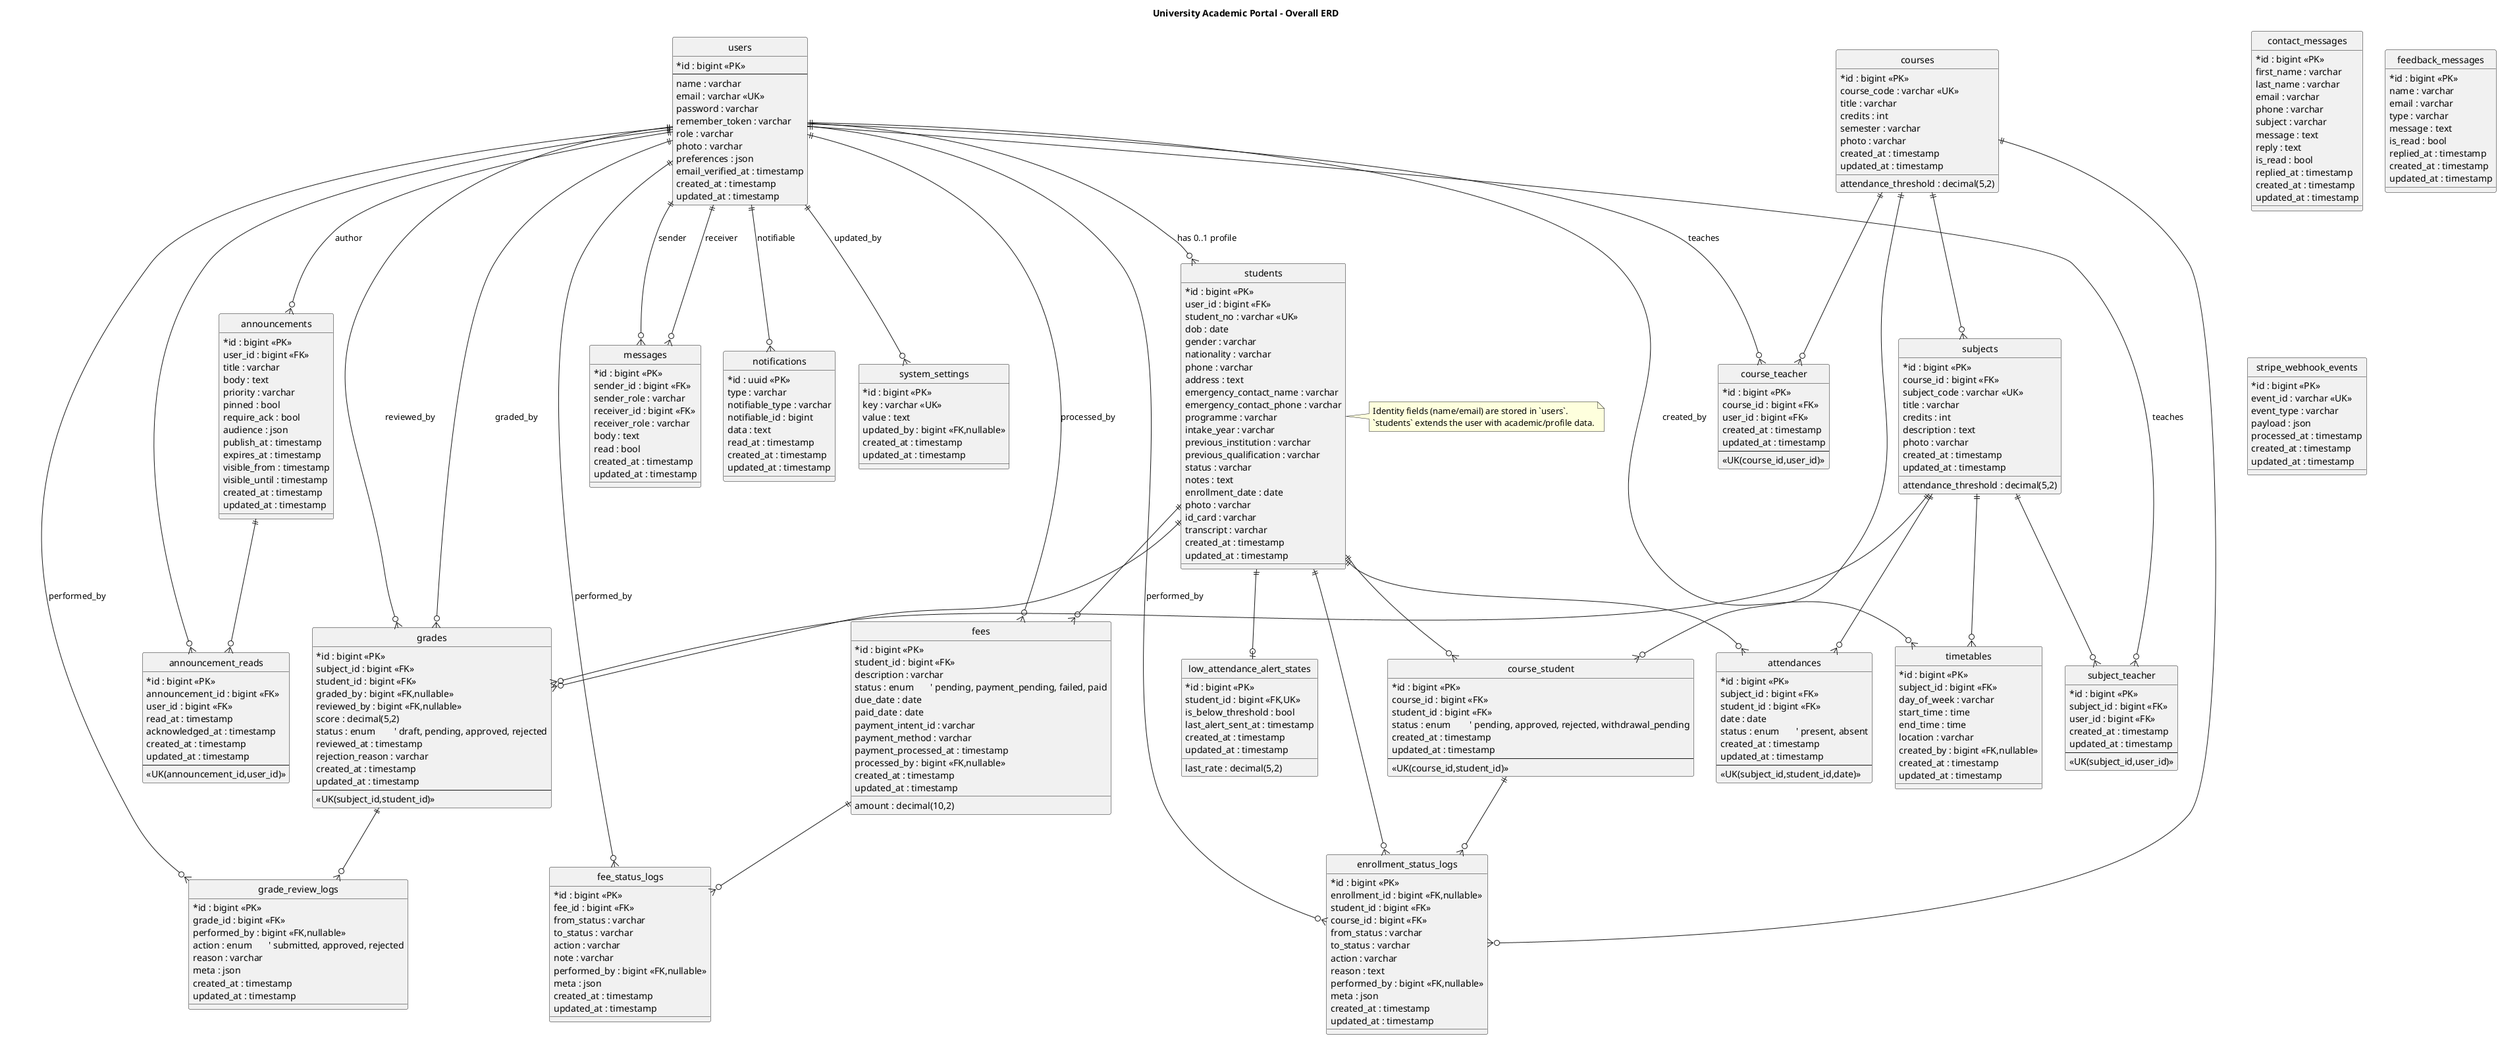
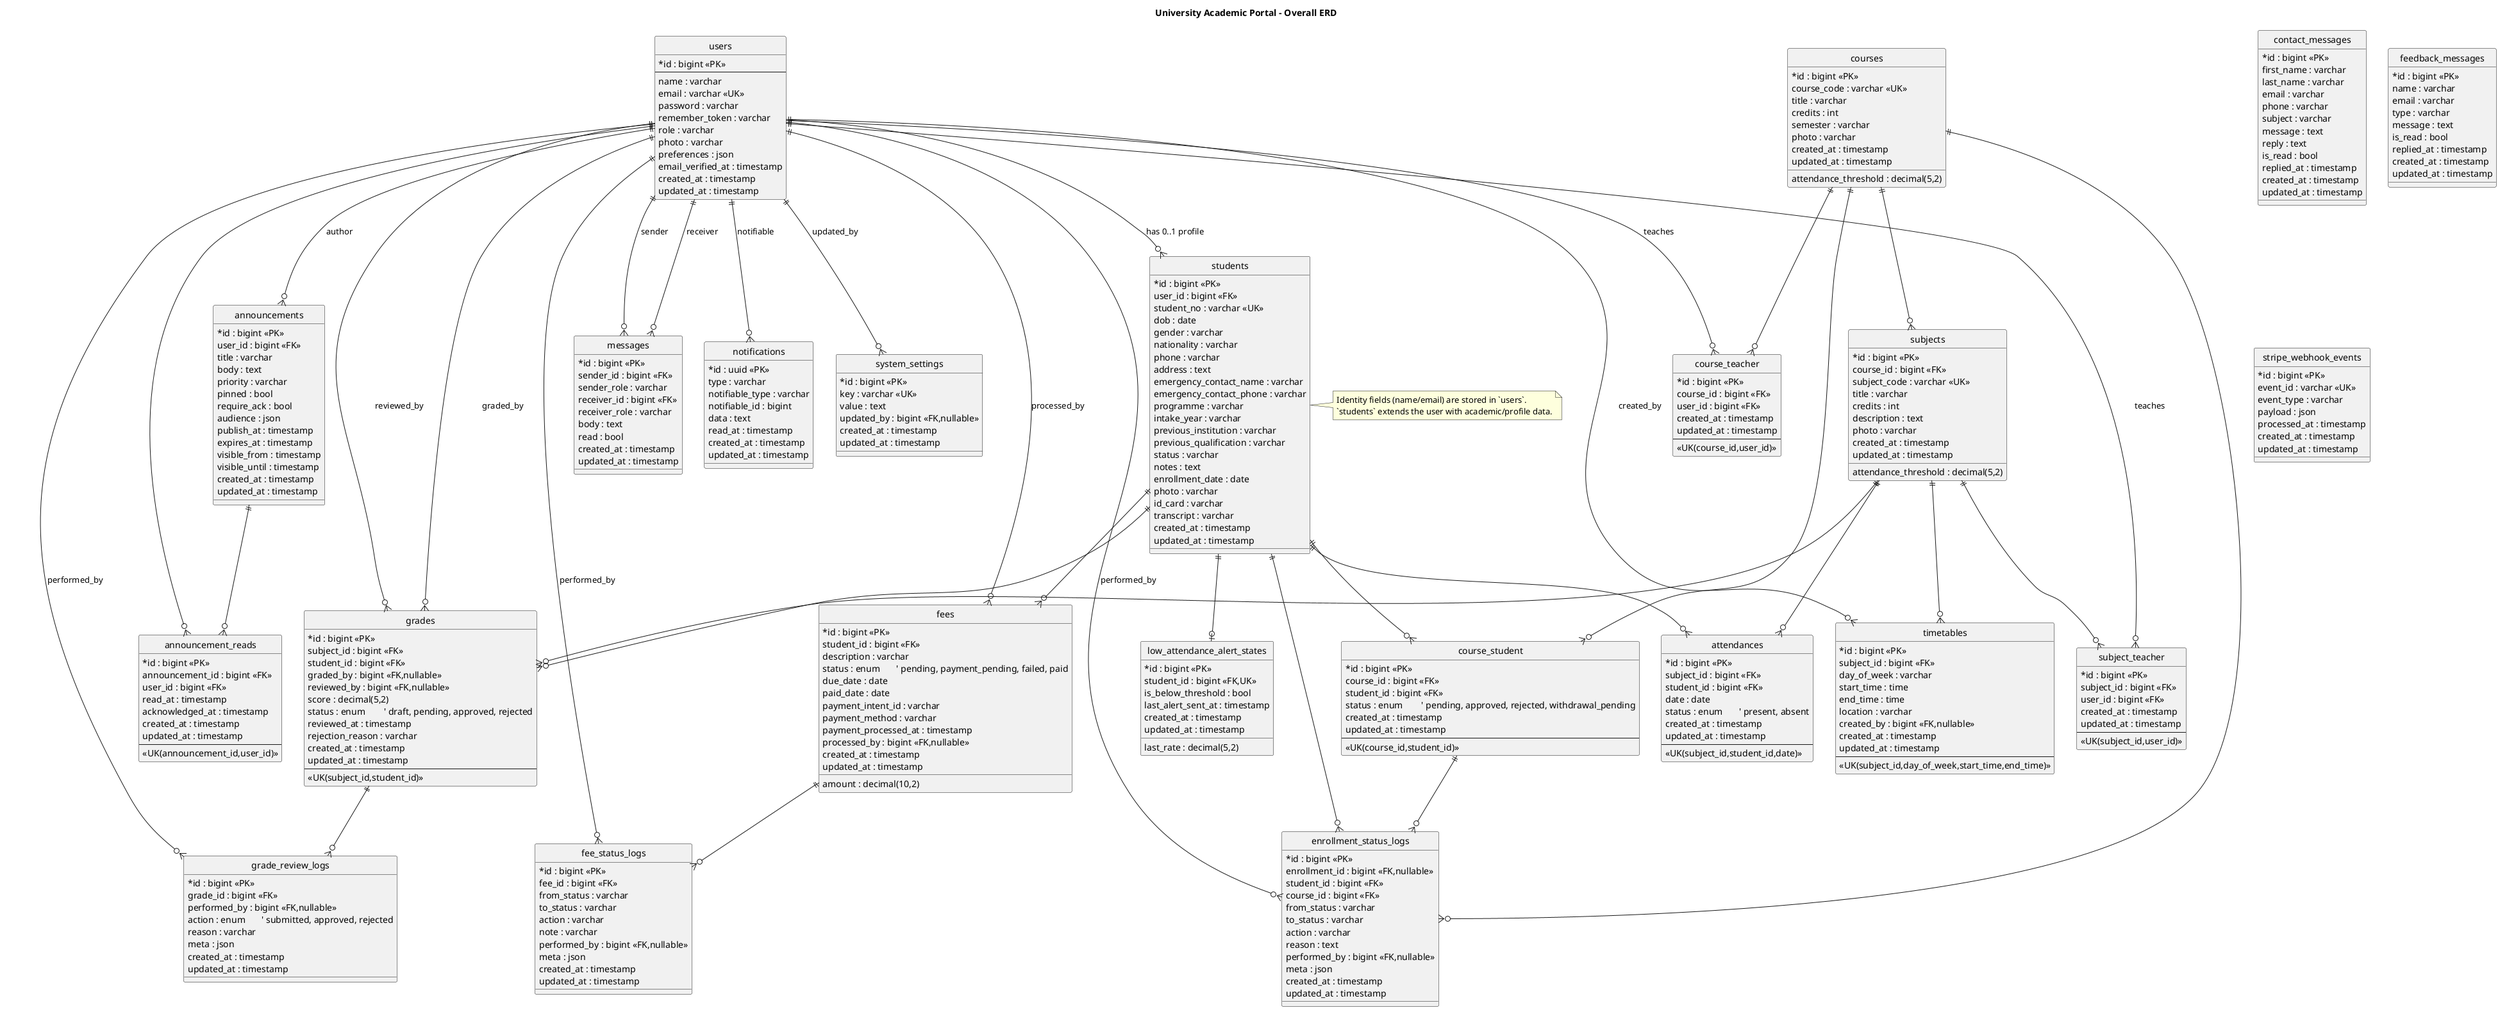
@startuml
hide circle
skinparam classAttributeIconSize 0
title University Academic Portal - Overall ERD

entity "users" as User {
  *id : bigint <<PK>>
  --
  name : varchar
  email : varchar <<UK>>
  password : varchar
  remember_token : varchar
  role : varchar
  photo : varchar
  preferences : json
  email_verified_at : timestamp
  created_at : timestamp
  updated_at : timestamp
}

entity "students" as Student {
  *id : bigint <<PK>>
  user_id : bigint <<FK>>
  student_no : varchar <<UK>>
  dob : date
  gender : varchar
  nationality : varchar
  phone : varchar
  address : text
  emergency_contact_name : varchar
  emergency_contact_phone : varchar
  programme : varchar
  intake_year : varchar
  previous_institution : varchar
  previous_qualification : varchar
  status : varchar
  notes : text
  enrollment_date : date
  photo : varchar
  id_card : varchar
  transcript : varchar
  created_at : timestamp
  updated_at : timestamp
}

note right of Student
  Identity fields (name/email) are stored in `users`.
  `students` extends the user with academic/profile data.
end note

entity "courses" as Course {
  *id : bigint <<PK>>
  course_code : varchar <<UK>>
  title : varchar
  credits : int
  semester : varchar
  attendance_threshold : decimal(5,2)
  photo : varchar
  created_at : timestamp
  updated_at : timestamp
}

entity "subjects" as Subject {
  *id : bigint <<PK>>
  course_id : bigint <<FK>>
  subject_code : varchar <<UK>>
  title : varchar
  credits : int
  description : text
  photo : varchar
  attendance_threshold : decimal(5,2)
  created_at : timestamp
  updated_at : timestamp
}

entity "course_student" as Enrollment {
  *id : bigint <<PK>>
  course_id : bigint <<FK>>
  student_id : bigint <<FK>>
  status : enum        ' pending, approved, rejected, withdrawal_pending
  created_at : timestamp
  updated_at : timestamp
  --
  <<UK(course_id,student_id)>>
}

entity "course_teacher" as CourseTeacher {
  *id : bigint <<PK>>
  course_id : bigint <<FK>>
  user_id : bigint <<FK>>
  created_at : timestamp
  updated_at : timestamp
  --
  <<UK(course_id,user_id)>>
}

entity "subject_teacher" as SubjectTeacher {
  *id : bigint <<PK>>
  subject_id : bigint <<FK>>
  user_id : bigint <<FK>>
  created_at : timestamp
  updated_at : timestamp
  --
  <<UK(subject_id,user_id)>>
}

entity "grades" as Grade {
  *id : bigint <<PK>>
  subject_id : bigint <<FK>>
  student_id : bigint <<FK>>
  graded_by : bigint <<FK,nullable>>
  reviewed_by : bigint <<FK,nullable>>
  score : decimal(5,2)
  status : enum        ' draft, pending, approved, rejected
  reviewed_at : timestamp
  rejection_reason : varchar
  created_at : timestamp
  updated_at : timestamp
  --
  <<UK(subject_id,student_id)>>
}

entity "grade_review_logs" as GradeLog {
  *id : bigint <<PK>>
  grade_id : bigint <<FK>>
  performed_by : bigint <<FK,nullable>>
  action : enum       ' submitted, approved, rejected
  reason : varchar
  meta : json
  created_at : timestamp
  updated_at : timestamp
}

entity "fees" as Fee {
  *id : bigint <<PK>>
  student_id : bigint <<FK>>
  amount : decimal(10,2)
  description : varchar
  status : enum       ' pending, payment_pending, failed, paid
  due_date : date
  paid_date : date
  payment_intent_id : varchar
  payment_method : varchar
  payment_processed_at : timestamp
  processed_by : bigint <<FK,nullable>>
  created_at : timestamp
  updated_at : timestamp
}

entity "timetables" as Timetable {
  *id : bigint <<PK>>
  subject_id : bigint <<FK>>
  day_of_week : varchar
  start_time : time
  end_time : time
  location : varchar
  created_by : bigint <<FK,nullable>>
  created_at : timestamp
  updated_at : timestamp
+   --
+   <<UK(subject_id,day_of_week,start_time,end_time)>>
}

entity "attendances" as Attendance {
  *id : bigint <<PK>>
  subject_id : bigint <<FK>>
  student_id : bigint <<FK>>
  date : date
  status : enum       ' present, absent
  created_at : timestamp
  updated_at : timestamp
  --
  <<UK(subject_id,student_id,date)>>
}

entity "low_attendance_alert_states" as LowAlert {
  *id : bigint <<PK>>
  student_id : bigint <<FK,UK>>
  last_rate : decimal(5,2)
  is_below_threshold : bool
  last_alert_sent_at : timestamp
  created_at : timestamp
  updated_at : timestamp
}

entity "announcements" as Announcement {
  *id : bigint <<PK>>
  user_id : bigint <<FK>>
  title : varchar
  body : text
  priority : varchar
  pinned : bool
  require_ack : bool
  audience : json
  publish_at : timestamp
  expires_at : timestamp
  visible_from : timestamp
  visible_until : timestamp
  created_at : timestamp
  updated_at : timestamp
}

entity "announcement_reads" as AnnouncementRead {
  *id : bigint <<PK>>
  announcement_id : bigint <<FK>>
  user_id : bigint <<FK>>
  read_at : timestamp
  acknowledged_at : timestamp
  created_at : timestamp
  updated_at : timestamp
  --
  <<UK(announcement_id,user_id)>>
}

entity "messages" as Message {
  *id : bigint <<PK>>
  sender_id : bigint <<FK>>
  sender_role : varchar
  receiver_id : bigint <<FK>>
  receiver_role : varchar
  body : text
  read : bool
  created_at : timestamp
  updated_at : timestamp
}

entity "notifications" as Notification {
  *id : uuid <<PK>>
  type : varchar
  notifiable_type : varchar
  notifiable_id : bigint
  data : text
  read_at : timestamp
  created_at : timestamp
  updated_at : timestamp
}

entity "contact_messages" as ContactMessage {
  *id : bigint <<PK>>
  first_name : varchar
  last_name : varchar
  email : varchar
  phone : varchar
  subject : varchar
  message : text
  reply : text
  is_read : bool
  replied_at : timestamp
  created_at : timestamp
  updated_at : timestamp
}

entity "feedback_messages" as FeedbackMessage {
  *id : bigint <<PK>>
  name : varchar
  email : varchar
  type : varchar
  message : text
  is_read : bool
  replied_at : timestamp
  created_at : timestamp
  updated_at : timestamp
}

entity "stripe_webhook_events" as StripeWebhookEvent {
  *id : bigint <<PK>>
  event_id : varchar <<UK>>
  event_type : varchar
  payload : json
  processed_at : timestamp
  created_at : timestamp
  updated_at : timestamp
}

entity "system_settings" as SystemSetting {
  *id : bigint <<PK>>
  key : varchar <<UK>>
  value : text
  updated_by : bigint <<FK,nullable>>
  created_at : timestamp
  updated_at : timestamp
}

entity "enrollment_status_logs" as EnrollmentStatusLog {
  *id : bigint <<PK>>
  enrollment_id : bigint <<FK,nullable>>
  student_id : bigint <<FK>>
  course_id : bigint <<FK>>
  from_status : varchar
  to_status : varchar
  action : varchar
  reason : text
  performed_by : bigint <<FK,nullable>>
  meta : json
  created_at : timestamp
  updated_at : timestamp
}

entity "fee_status_logs" as FeeStatusLog {
  *id : bigint <<PK>>
  fee_id : bigint <<FK>>
  from_status : varchar
  to_status : varchar
  action : varchar
  note : varchar
  performed_by : bigint <<FK,nullable>>
  meta : json
  created_at : timestamp
  updated_at : timestamp
}

'----------------------------------------------------
' Relationships
'----------------------------------------------------

User ||--o{ Student : has 0..1 profile

Course ||--o{ Subject
Course ||--o{ Enrollment
Student ||--o{ Enrollment

Course ||--o{ CourseTeacher
User   ||--o{ CourseTeacher : teaches

Subject ||--o{ SubjectTeacher
User    ||--o{ SubjectTeacher : teaches

Subject ||--o{ Grade
Student ||--o{ Grade
User    ||--o{ Grade : graded_by
User    ||--o{ Grade : reviewed_by
Grade   ||--o{ GradeLog
User    ||--o{ GradeLog : performed_by

Student ||--o{ Fee
User    ||--o{ Fee : processed_by

Subject ||--o{ Timetable
User    ||--o{ Timetable : created_by

Subject ||--o{ Attendance
Student ||--o{ Attendance
Student ||--o| LowAlert

User ||--o{ Announcement : author
Announcement ||--o{ AnnouncementRead
User ||--o{ AnnouncementRead

User ||--o{ Message : sender
User ||--o{ Message : receiver

User ||--o{ Notification : notifiable

User ||--o{ SystemSetting : updated_by

Enrollment ||--o{ EnrollmentStatusLog
Student ||--o{ EnrollmentStatusLog
Course ||--o{ EnrollmentStatusLog
User ||--o{ EnrollmentStatusLog : performed_by

Fee ||--o{ FeeStatusLog
User ||--o{ FeeStatusLog : performed_by

@enduml
